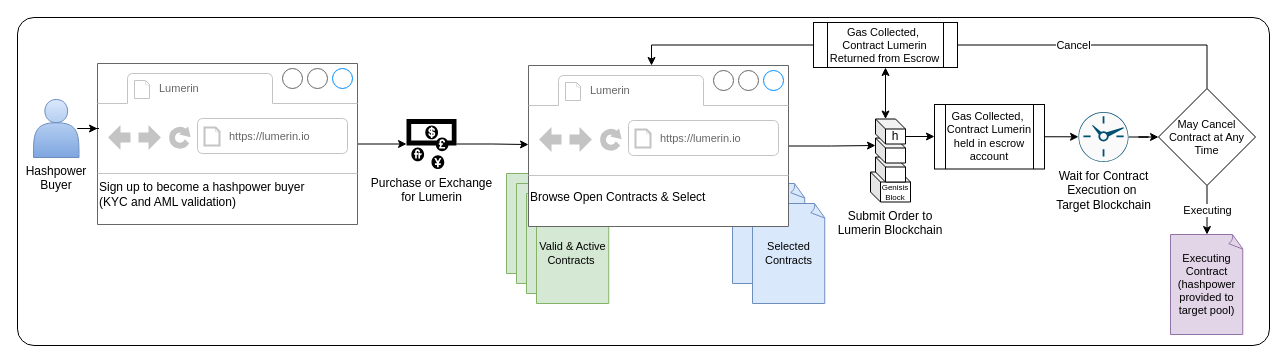
Before: page "BuyerJourney" (8 of 9) of docs/images/00-overview/00-overview.drawio in Lumerin-protocol/lumerin-overview, a draw.io diagram. Source tidied: cells renumbered, new cells numbered last; positions are measured from the earlier drawing's top-left corner, leaving out a move shared by most shapes. Both pictures are drawn from the tidied source at 100%, with x=0, y=0 at pixel (17, 17).
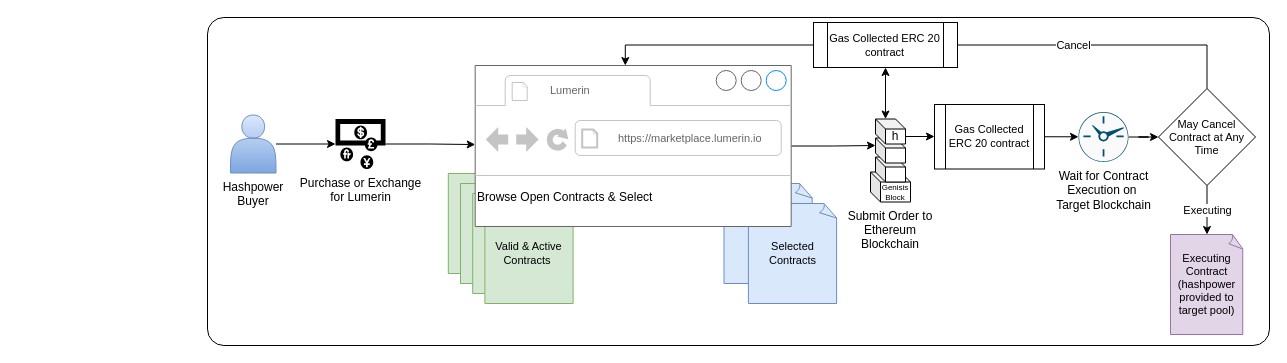
The same diagram, later.

What changed in the source:
```diff
@@
     <mxCell id="2" style="rounded=1;whiteSpace=wrap;html=1;fontSize=14;align=center;verticalAlign=top;labelPosition=center;verticalLabelPosition=middle;arcSize=5;spacingRight=7;spacingLeft=15;" parent="1" vertex="1">
-      <mxGeometry width="1252" height="328" as="geometry" />
+      <mxGeometry x="190" width="1062" height="328" as="geometry" />
     </mxCell>
-    <mxCell id="3" style="edgeStyle=orthogonalEdgeStyle;rounded=0;jettySize=auto;html=1;entryX=0;entryY=0.5;entryDx=0;entryDy=0;entryPerimeter=0;fontSize=11;" parent="1" edge="1" source="4" target="11">
-      <mxGeometry relative="1" as="geometry" />
-    </mxCell>
-    <mxCell id="4" value="&lt;br&gt;&lt;br&gt;&lt;br&gt;&lt;br&gt;&lt;br&gt;&lt;br&gt;&lt;br&gt;Sign up to become a hashpower buyer&lt;br&gt;(KYC and AML validation)&amp;nbsp;" style="strokeWidth=1;shadow=0;dashed=0;align=left;html=1;shape=mxgraph.mockup.containers.browserWindow;rSize=0;strokeColor=none;strokeColor2=#008cff;strokeColor3=#c4c4c4;mainText=,;labelBackgroundColor=none;fillColor=none;" parent="1" vertex="1">
-      <mxGeometry x="80" y="46" width="259" height="161" as="geometry" />
-    </mxCell>
-    <mxCell id="5" value="Lumerin" style="strokeWidth=1;shadow=0;dashed=0;align=center;html=1;shape=mxgraph.mockup.containers.anchor;fontSize=11;fontColor=#666666;align=left;" parent="4" vertex="1">
-      <mxGeometry x="60" y="12" width="110" height="26" as="geometry" />
-    </mxCell>
-    <mxCell id="6" value="https://lumerin.io" style="strokeWidth=1;shadow=0;dashed=0;align=center;html=1;shape=mxgraph.mockup.containers.anchor;rSize=0;fontSize=11;fontColor=#666666;align=left;" parent="4" vertex="1">
-      <mxGeometry x="130" y="60" width="137" height="26" as="geometry" />
-    </mxCell>
-    <mxCell id="7" style="edgeStyle=orthogonalEdgeStyle;rounded=0;jettySize=auto;html=1;fontSize=11;entryX=0;entryY=0.404;entryDx=0;entryDy=0;entryPerimeter=0;" parent="1" edge="1" source="8" target="4">
-      <mxGeometry relative="1" as="geometry" />
-    </mxCell>
+    <mxCell id="41" style="edgeStyle=orthogonalEdgeStyle;rounded=0;jettySize=auto;html=1;" parent="1" edge="1" source="8" target="11">
+      <mxGeometry relative="1" as="geometry" />
+    </mxCell>
     <mxCell id="8" value="Hashpower&lt;br&gt;Buyer" style="shape=actor;whiteSpace=wrap;html=1;verticalAlign=top;labelPosition=center;verticalLabelPosition=bottom;align=center;fillColor=#dae8fc;strokeColor=#6c8ebf;gradientColor=#7ea6e0;" parent="1" vertex="1">
-      <mxGeometry x="16" y="82" width="45.5" height="58" as="geometry" />
+      <mxGeometry x="213" y="97.5" width="45.5" height="58" as="geometry" />
     </mxCell>
@@
     <mxCell id="11" value="Purchase or Exchange&lt;br&gt;for Lumerin" style="shape=mxgraph.signs.travel.currency_exchange;html=1;fillColor=#000000;strokeColor=none;verticalLabelPosition=bottom;verticalAlign=top;align=center;sketch=0;" parent="1" vertex="1">
-      <mxGeometry x="389" y="101.5" width="50" height="50" as="geometry" />
+      <mxGeometry x="318" y="101.5" width="50" height="50" as="geometry" />
     </mxCell>
@@
     <mxCell id="19" style="group;" parent="1" vertex="1">
-      <mxGeometry x="508" y="48" width="300" height="238" as="geometry" />
+      <mxGeometry x="454" y="48" width="366" height="238" as="geometry" />
     </mxCell>
     <mxCell id="20" style="group;" parent="19" vertex="1">
-      <mxGeometry x="-19" y="108" width="103" height="130" as="geometry" />
+      <mxGeometry x="-23.2" y="108" width="125.7" height="130" as="geometry" />
     </mxCell>
     <mxCell id="21" value="&amp;nbsp;" style="whiteSpace=wrap;html=1;shape=mxgraph.basic.document;labelBackgroundColor=none;sketch=0;fontSize=11;verticalAlign=middle;fillColor=#d5e8d4;strokeColor=#82b366;" parent="20" vertex="1">
-      <mxGeometry width="73" height="100" as="geometry" />
+      <mxGeometry width="89.1" height="100" as="geometry" />
     </mxCell>
     <mxCell id="22" value="&amp;nbsp;" style="whiteSpace=wrap;html=1;shape=mxgraph.basic.document;labelBackgroundColor=none;sketch=0;fontSize=11;verticalAlign=middle;fillColor=#d5e8d4;strokeColor=#82b366;" parent="20" vertex="1">
-      <mxGeometry x="10" y="10" width="73" height="100" as="geometry" />
+      <mxGeometry x="12.2" y="10" width="89.1" height="100" as="geometry" />
     </mxCell>
     <mxCell id="23" value="&amp;nbsp;" style="whiteSpace=wrap;html=1;shape=mxgraph.basic.document;labelBackgroundColor=none;sketch=0;fontSize=11;verticalAlign=middle;fillColor=#d5e8d4;strokeColor=#82b366;" parent="20" vertex="1">
-      <mxGeometry x="20" y="20" width="73" height="100" as="geometry" />
+      <mxGeometry x="24.4" y="20" width="89.1" height="100" as="geometry" />
     </mxCell>
     <mxCell id="24" value="Valid &amp;amp; Active Contracts&amp;nbsp;" style="whiteSpace=wrap;html=1;shape=mxgraph.basic.document;labelBackgroundColor=none;sketch=0;fontSize=11;verticalAlign=middle;fillColor=#d5e8d4;strokeColor=#82b366;" parent="20" vertex="1">
-      <mxGeometry x="30" y="30" width="73" height="100" as="geometry" />
+      <mxGeometry x="36.6" y="30" width="89.1" height="100" as="geometry" />
     </mxCell>
     <mxCell id="25" style="group;" parent="19" vertex="1">
-      <mxGeometry x="197" y="108" width="103" height="130" as="geometry" />
+      <mxGeometry x="240.3" y="108" width="125.7" height="130" as="geometry" />
     </mxCell>
     <mxCell id="26" value="&amp;nbsp;" style="whiteSpace=wrap;html=1;shape=mxgraph.basic.document;labelBackgroundColor=none;sketch=0;fontSize=11;verticalAlign=middle;fillColor=#dae8fc;strokeColor=#6c8ebf;" parent="25" vertex="1">
-      <mxGeometry x="10" y="10" width="73" height="100" as="geometry" />
+      <mxGeometry x="12.2" y="10" width="89.1" height="100" as="geometry" />
     </mxCell>
     <mxCell id="27" value="Selected Contracts" style="whiteSpace=wrap;html=1;shape=mxgraph.basic.document;labelBackgroundColor=none;sketch=0;fontSize=11;verticalAlign=middle;fillColor=#dae8fc;strokeColor=#6c8ebf;" parent="25" vertex="1">
-      <mxGeometry x="30" y="30" width="73" height="100" as="geometry" />
+      <mxGeometry x="36.6" y="30" width="89.1" height="100" as="geometry" />
     </mxCell>
     <mxCell id="28" value="&lt;br&gt;&lt;br&gt;&lt;br&gt;&lt;br&gt;&lt;br&gt;&lt;br&gt;&lt;br&gt;Browse Open Contracts &amp;amp; Select" style="strokeWidth=1;shadow=0;dashed=0;align=left;html=1;shape=mxgraph.mockup.containers.browserWindow;rSize=0;strokeColor=none;strokeColor2=#008cff;strokeColor3=#c4c4c4;mainText=,;labelBackgroundColor=none;fillColor=none;" parent="19" vertex="1">
-      <mxGeometry x="3" width="259" height="161" as="geometry" />
+      <mxGeometry x="3.7" width="316" height="161" as="geometry" />
     </mxCell>
     <mxCell id="29" value="Lumerin" style="strokeWidth=1;shadow=0;dashed=0;align=center;html=1;shape=mxgraph.mockup.containers.anchor;fontSize=11;fontColor=#666666;align=left;" parent="28" vertex="1">
-      <mxGeometry x="60" y="12" width="110" height="26" as="geometry" />
+      <mxGeometry x="73.2" y="12" width="134.2" height="26" as="geometry" />
     </mxCell>
-    <mxCell id="30" value="https://lumerin.io" style="strokeWidth=1;shadow=0;dashed=0;align=center;html=1;shape=mxgraph.mockup.containers.anchor;rSize=0;fontSize=11;fontColor=#666666;align=left;" parent="28" vertex="1">
-      <mxGeometry x="130" y="60" width="137" height="26" as="geometry" />
+    <mxCell id="30" value="https://marketplace.lumerin.io" style="strokeWidth=1;shadow=0;dashed=0;align=center;html=1;shape=mxgraph.mockup.containers.anchor;rSize=0;fontSize=11;fontColor=#666666;align=left;" parent="28" vertex="1">
+      <mxGeometry x="141.3" y="60" width="167.1" height="26" as="geometry" />
     </mxCell>
-    <mxCell id="31" value="Submit Order to&#10;Lumerin Blockchain" style="group;labelPosition=center;verticalLabelPosition=bottom;align=center;verticalAlign=top;" parent="1" vertex="1">
+    <mxCell id="31" value="Submit Order to&#10;Ethereum &#10;Blockchain" style="group;labelPosition=center;verticalLabelPosition=bottom;align=center;verticalAlign=top;" parent="1" vertex="1">
       <mxGeometry x="853" y="101.5" width="40" height="83" as="geometry" />
     </mxCell>
@@
-    <mxCell id="37" value="Gas Collected,&amp;nbsp;&lt;br&gt;Contract Lumerin&lt;br&gt;Returned from Escrow" style="shape=process;whiteSpace=wrap;html=1;backgroundOutline=1;labelBackgroundColor=none;sketch=0;fontSize=11;fillColor=none;verticalAlign=middle;" parent="1" vertex="1">
+    <mxCell id="37" value="Gas Collected ERC 20 contract" style="shape=process;whiteSpace=wrap;html=1;backgroundOutline=1;labelBackgroundColor=none;sketch=0;fontSize=11;fillColor=none;verticalAlign=middle;" parent="1" vertex="1">
       <mxGeometry x="796" y="5" width="144" height="45" as="geometry" />
     </mxCell>
@@
-    <mxCell id="40" value="Gas Collected,&amp;nbsp;&lt;br&gt;Contract Lumerin &lt;br&gt;held in escrow account" style="shape=process;whiteSpace=wrap;html=1;backgroundOutline=1;labelBackgroundColor=none;sketch=0;fontSize=11;fillColor=none;verticalAlign=middle;" parent="1" vertex="1">
+    <mxCell id="40" value="Gas Collected ERC 20 contract" style="shape=process;whiteSpace=wrap;html=1;backgroundOutline=1;labelBackgroundColor=none;sketch=0;fontSize=11;fillColor=none;verticalAlign=middle;" parent="1" vertex="1">
       <mxGeometry x="917" y="87" width="110" height="64.5" as="geometry" />
     </mxCell>
```
